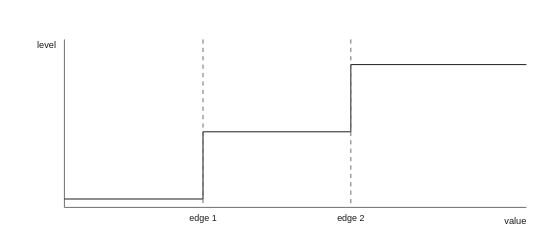
Earlier version of the draw.io export images/logic/block_Hysteresis3.drawio.svg (pstch/botanik2). Source tidied: cells renumbered, new cells last; positions are measured from the earlier drawing's top-left corner, leaving out a move shared by most shapes.
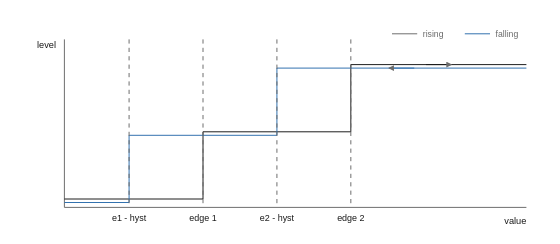
The same file after the commit.

The edit, as a diff of the source:
```diff
@@ -29,21 +29,81 @@
         </Array>
       </mxGeometry>
     </mxCell>
-    <mxCell id="6" style="edgeStyle=none;html=1;strokeColor=#6b6b6b;endArrow=none;dashed=1;" parent="1" edge="1">
+    <mxCell id="6" style="edgeStyle=none;html=1;strokeColor=#1a1a1a;endArrow=block;" parent="1" edge="1">
       <mxGeometry relative="1" as="geometry">
-        <mxPoint x="105" y="1" as="sourcePoint" />
-        <mxPoint x="105" y="121" as="targetPoint" />
+        <mxPoint x="264.3" y="19" as="sourcePoint" />
+        <mxPoint x="282.3" y="19" as="targetPoint" />
       </mxGeometry>
     </mxCell>
+    <mxCell id="10" style="edgeStyle=none;html=1;strokeColor=#2f6fae;endArrow=none;" parent="1" edge="1">
+      <mxGeometry relative="1" as="geometry">
+        <mxPoint x="336" y="21.5" as="sourcePoint" />
+        <mxPoint x="6" y="117.5" as="targetPoint" />
+        <Array as="points">
+          <mxPoint x="157.8" y="21.5" />
+          <mxPoint x="157.8" y="69.5" />
+          <mxPoint x="52.2" y="69.5" />
+          <mxPoint x="52.2" y="117.5" />
+        </Array>
+      </mxGeometry>
+    </mxCell>
+    <mxCell id="8" style="edgeStyle=none;html=1;strokeColor=#2f6fae;endArrow=block;" parent="1" edge="1">
+      <mxGeometry relative="1" as="geometry">
+        <mxPoint x="255.9" y="21.5" as="sourcePoint" />
+        <mxPoint x="237.9" y="21.5" as="targetPoint" />
+      </mxGeometry>
+    </mxCell>
+    <mxCell id="11" style="edgeStyle=none;html=1;strokeColor=#6b6b6b;endArrow=none;" parent="1" edge="1">
+      <mxGeometry relative="1" as="geometry">
+        <mxPoint x="240" y="-3" as="sourcePoint" />
+        <mxPoint x="258" y="-3" as="targetPoint" />
+      </mxGeometry>
+    </mxCell>
+    <mxCell id="12" value="rising" style="text;html=1;fontSize=6;fontColor=#6b6b6b;align=left;" parent="1" vertex="1">
+      <mxGeometry x="262" y="-7.2" width="40" height="10.2" as="geometry" />
+    </mxCell>
+    <mxCell id="13" style="edgeStyle=none;html=1;strokeColor=#2f6fae;endArrow=none;" parent="1" edge="1">
+      <mxGeometry relative="1" as="geometry">
+        <mxPoint x="292" y="-3" as="sourcePoint" />
+        <mxPoint x="310" y="-3" as="targetPoint" />
+      </mxGeometry>
+    </mxCell>
+    <mxCell id="14" value="falling" style="text;html=1;fontSize=6;fontColor=#6b6b6b;align=left;" parent="1" vertex="1">
+      <mxGeometry x="314" y="-7.2" width="40" height="10.2" as="geometry" />
+    </mxCell>
+    <mxCell id="15" style="edgeStyle=none;html=1;strokeColor=#6b6b6b;endArrow=none;dashed=1;" parent="1" edge="1">
+      <mxGeometry relative="1" as="geometry">
+        <mxPoint x="52.2" y="1" as="sourcePoint" />
+        <mxPoint x="52.2" y="121" as="targetPoint" />
+      </mxGeometry>
+    </mxCell>
+    <mxCell id="16" value="e1 - hyst" style="text;html=1;fontSize=6;fontColor=#1a1a1a;align=center;" parent="1" vertex="1">
+      <mxGeometry x="52.2" y="124.6" width="45" height="10.4" as="geometry" />
+    </mxCell>
+    <mxCell id="17" style="edgeStyle=none;html=1;strokeColor=#6b6b6b;endArrow=none;dashed=1;" parent="1" edge="1">
+      <mxGeometry relative="1" as="geometry">
+        <mxPoint x="105" y="1" as="sourcePoint" />
+        <mxPoint x="105" y="121" as="targetPoint" />
+      </mxGeometry>
+    </mxCell>
     <mxCell id="7" value="edge 1" style="text;html=1;fontSize=6;fontColor=#1a1a1a;align=center;" parent="1" vertex="1">
       <mxGeometry x="105" y="124.6" width="40" height="10.4" as="geometry" />
     </mxCell>
-    <mxCell id="8" style="edgeStyle=none;html=1;strokeColor=#6b6b6b;endArrow=none;dashed=1;" parent="1" edge="1">
-      <mxGeometry relative="1" as="geometry">
-        <mxPoint x="210.6" y="1" as="sourcePoint" />
-        <mxPoint x="210.6" y="121" as="targetPoint" />
-      </mxGeometry>
-    </mxCell>
+    <mxCell id="18" style="edgeStyle=none;html=1;strokeColor=#6b6b6b;endArrow=none;dashed=1;" parent="1" edge="1">
+      <mxGeometry relative="1" as="geometry">
+        <mxPoint x="157.8" y="1" as="sourcePoint" />
+        <mxPoint x="157.8" y="121" as="targetPoint" />
+      </mxGeometry>
+    </mxCell>
+    <mxCell id="19" value="e2 - hyst" style="text;html=1;fontSize=6;fontColor=#1a1a1a;align=center;" parent="1" vertex="1">
+      <mxGeometry x="157.8" y="124.6" width="45" height="10.4" as="geometry" />
+    </mxCell>
+    <mxCell id="20" style="edgeStyle=none;html=1;strokeColor=#6b6b6b;endArrow=none;dashed=1;" parent="1" edge="1">
+      <mxGeometry relative="1" as="geometry">
+        <mxPoint x="210.6" y="1" as="sourcePoint" />
+        <mxPoint x="210.6" y="121" as="targetPoint" />
+      </mxGeometry>
+    </mxCell>
     <mxCell id="9" value="edge 2" style="text;html=1;fontSize=6;fontColor=#1a1a1a;align=center;" parent="1" vertex="1">
       <mxGeometry x="210.6" y="124.6" width="40" height="10.4" as="geometry" />
     </mxCell>
```
